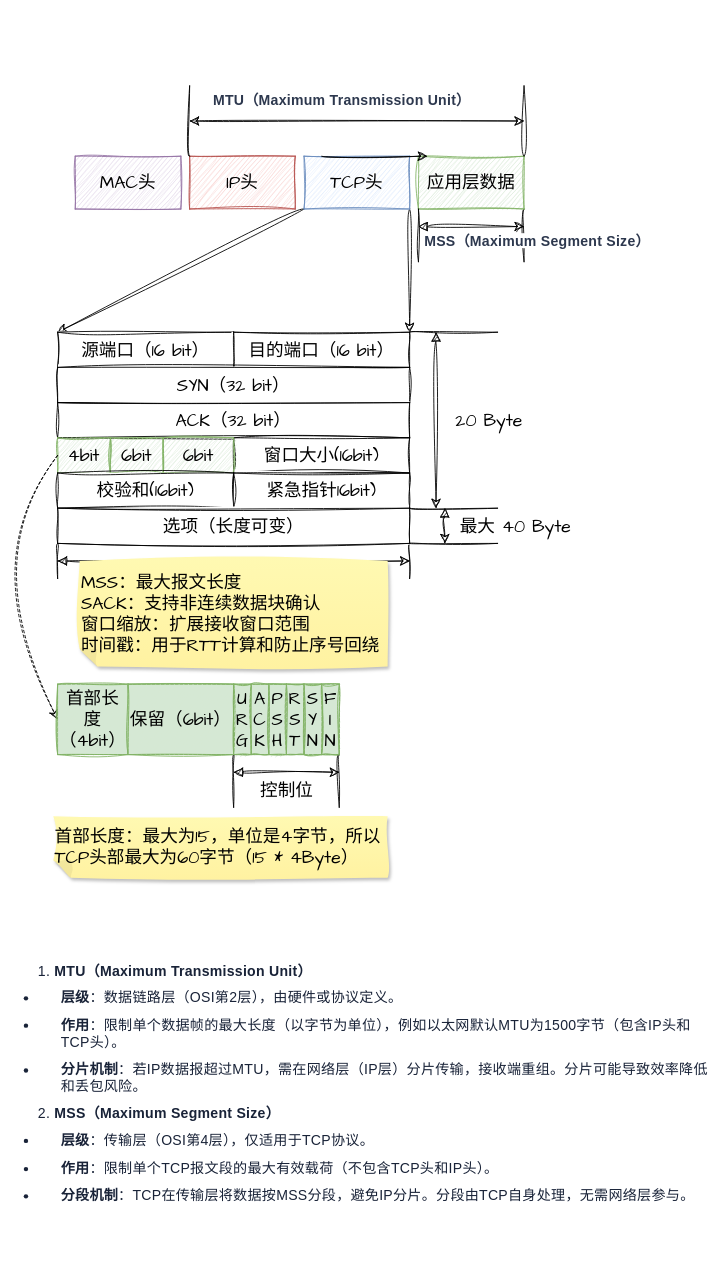
This is page "TCP" (1 of 3) of 250501_TCP.drawio from Utihbi/pics, a draw.io file, before an edit. Source tidied: cells renumbered, new cells numbered last; positions are measured from the earlier drawing's top-left corner, leaving out a move shared by most shapes. Both pictures are drawn from the tidied source at 88%, with x=0, y=0 at pixel (-22, 85).
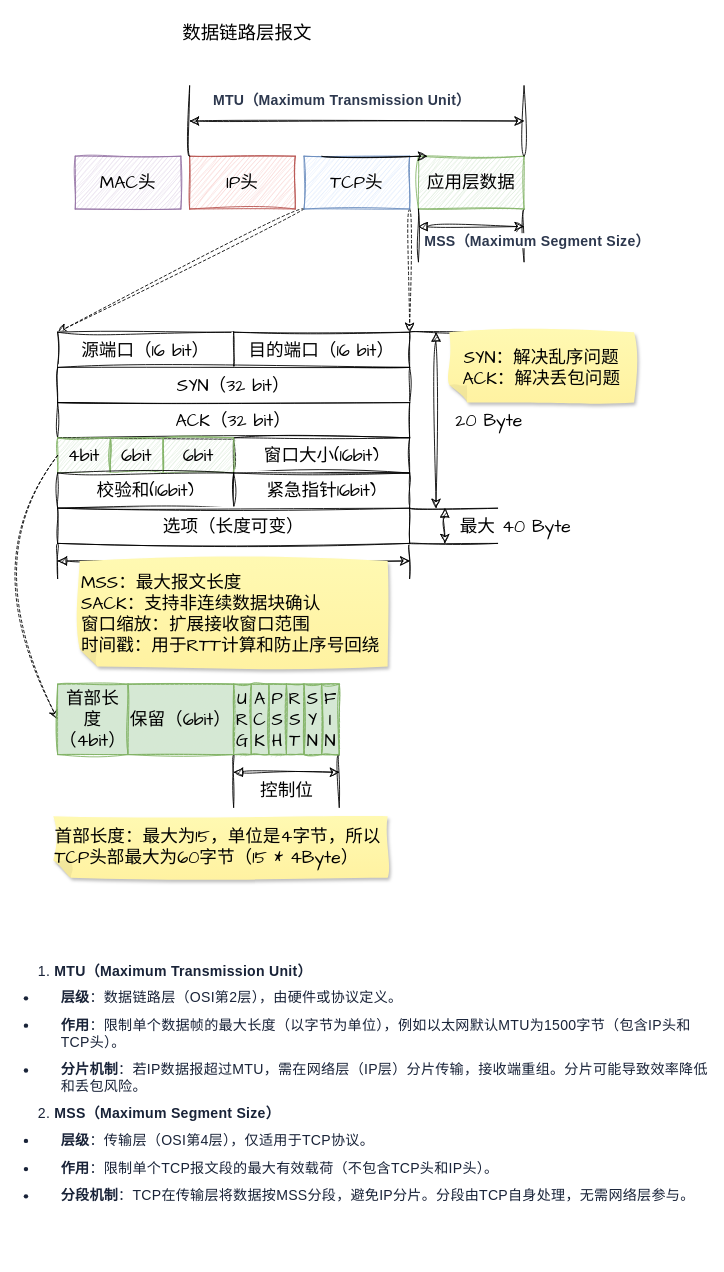
Above is the later version.

The change refers to these unchanged cells:
```xml
<mxCell id="6" value="源端口（16 bit）" style="rounded=0;whiteSpace=wrap;html=1;sketch=1;hachureGap=4;jiggle=2;curveFitting=1;fontFamily=Architects Daughter;fontSize=20;" parent="5" vertex="1">
  <mxGeometry width="200" height="40" as="geometry" />
</mxCell>
<mxCell id="8" value="目的端口（16 bit）" style="rounded=0;whiteSpace=wrap;html=1;sketch=1;hachureGap=4;jiggle=2;curveFitting=1;fontFamily=Architects Daughter;fontSize=20;" parent="5" vertex="1">
  <mxGeometry x="200" width="200" height="40" as="geometry" />
</mxCell>
<mxCell id="25" value="TCP头" style="whiteSpace=wrap;html=1;hachureGap=4;fontFamily=Architects Daughter;fontSize=20;fillColor=#dae8fc;strokeColor=#6c8ebf;sketch=1;curveFitting=1;jiggle=2;" parent="22" vertex="1">
  <mxGeometry x="260" y="80" width="120" height="60" as="geometry" />
</mxCell>
```

The edit, as a diff of the source:
```diff
@@
-    <mxCell id="2" style="edgeStyle=none;curved=1;rounded=0;sketch=1;hachureGap=4;jiggle=2;curveFitting=1;jettySize=auto;html=1;exitX=0;exitY=1;exitDx=0;exitDy=0;entryX=0;entryY=0;entryDx=0;entryDy=0;fontFamily=Architects Daughter;fontSize=12;startSize=8;endSize=8;" parent="1" edge="1" source="25" target="6">
+    <mxCell id="2" style="edgeStyle=none;curved=1;rounded=0;sketch=1;hachureGap=4;jiggle=2;curveFitting=1;jettySize=auto;html=1;exitX=0;exitY=1;exitDx=0;exitDy=0;entryX=0;entryY=0;entryDx=0;entryDy=0;fontFamily=Architects Daughter;fontSize=12;startSize=8;endSize=8;dashed=1;" parent="1" edge="1" source="25" target="6">
       <mxGeometry relative="1" as="geometry" />
     </mxCell>
-    <mxCell id="3" style="edgeStyle=none;curved=1;rounded=0;sketch=1;hachureGap=4;jiggle=2;curveFitting=1;jettySize=auto;html=1;exitX=1;exitY=1;exitDx=0;exitDy=0;entryX=1;entryY=0;entryDx=0;entryDy=0;fontFamily=Architects Daughter;fontSize=12;startSize=8;endSize=8;" parent="1" edge="1" source="25" target="8">
+    <mxCell id="3" style="edgeStyle=none;curved=1;rounded=0;sketch=1;hachureGap=4;jiggle=2;curveFitting=1;jettySize=auto;html=1;exitX=1;exitY=1;exitDx=0;exitDy=0;entryX=1;entryY=0;entryDx=0;entryDy=0;fontFamily=Architects Daughter;fontSize=12;startSize=8;endSize=8;dashed=1;" parent="1" edge="1" source="25" target="8">
       <mxGeometry relative="1" as="geometry" />
     </mxCell>
@@
+    <mxCell id="61" value="SYN：解决乱序问题&lt;span style=&quot;background-color: transparent; color: light-dark(rgb(0, 0, 0), rgb(237, 237, 237));&quot;&gt;ACK：解决丢包问题&lt;/span&gt;" style="shape=note;whiteSpace=wrap;html=1;backgroundOutline=1;fontColor=#000000;darkOpacity=0.05;fillColor=#FFF9B2;strokeColor=none;fillStyle=solid;direction=west;gradientDirection=north;gradientColor=#FFF2A1;shadow=1;size=20;sketch=1;hachureGap=4;jiggle=2;curveFitting=1;fontFamily=Architects Daughter;fontSize=20;" parent="1" vertex="1">
+      <mxGeometry x="535" y="280" width="210" height="80" as="geometry" />
+    </mxCell>
+    <mxCell id="62" value="数据链路层报文" style="text;html=1;align=center;verticalAlign=middle;strokeColor=none;fillColor=none;fontSize=21;fontFamily=Comic Sans MS;" parent="1" vertex="1">
+      <mxGeometry x="220" y="-80" width="170" height="40" as="geometry" />
+    </mxCell>
```
